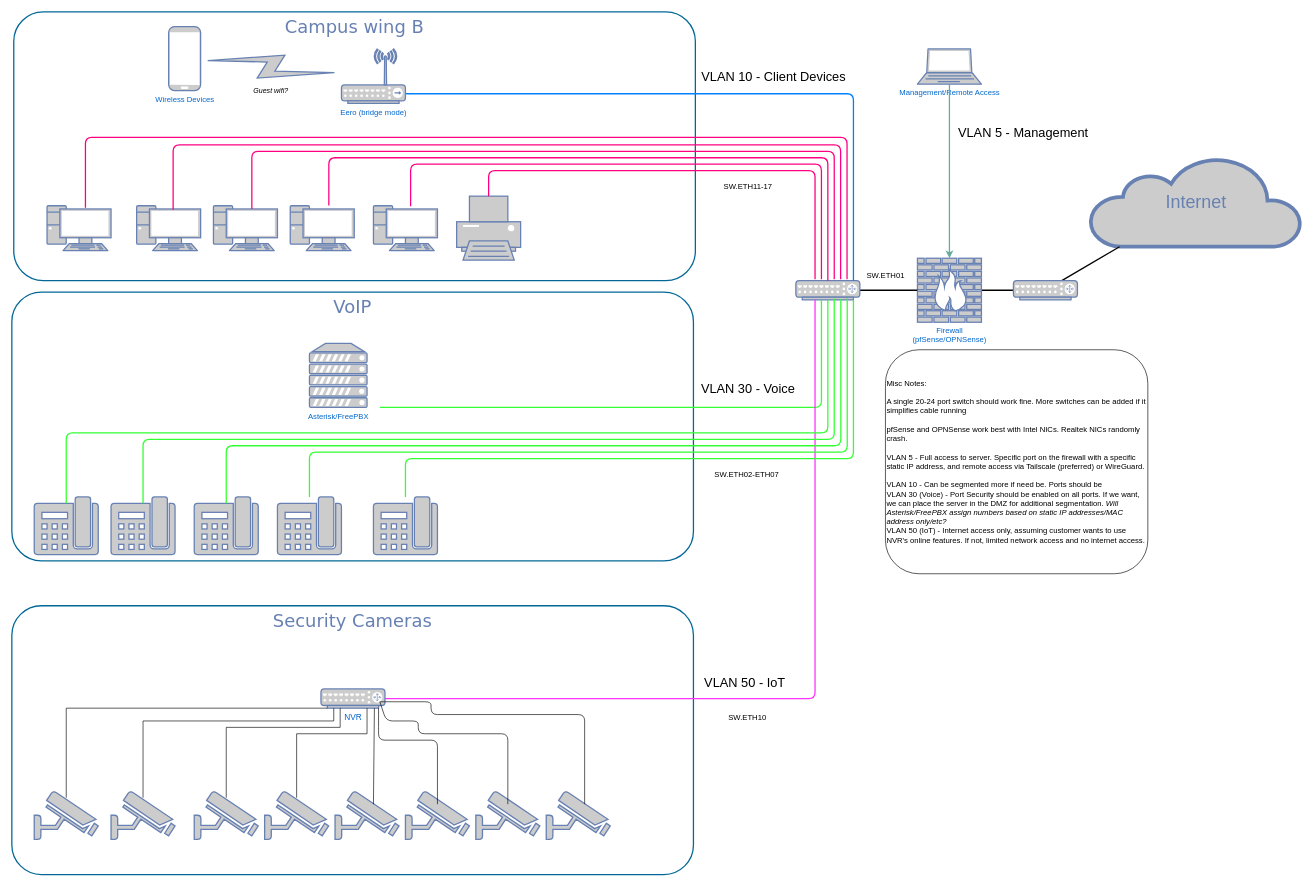
This is 2FEB23_network-diagram.drawio from lomotey1/diagrams, a draw.io file, before an edit. Source tidied: cells renumbered, new cells numbered last; positions are measured from the earlier drawing's top-left corner, leaving out a move shared by most shapes. Both pictures are drawn from the tidied source at 64%, with x=0, y=0 at pixel (12, 12).
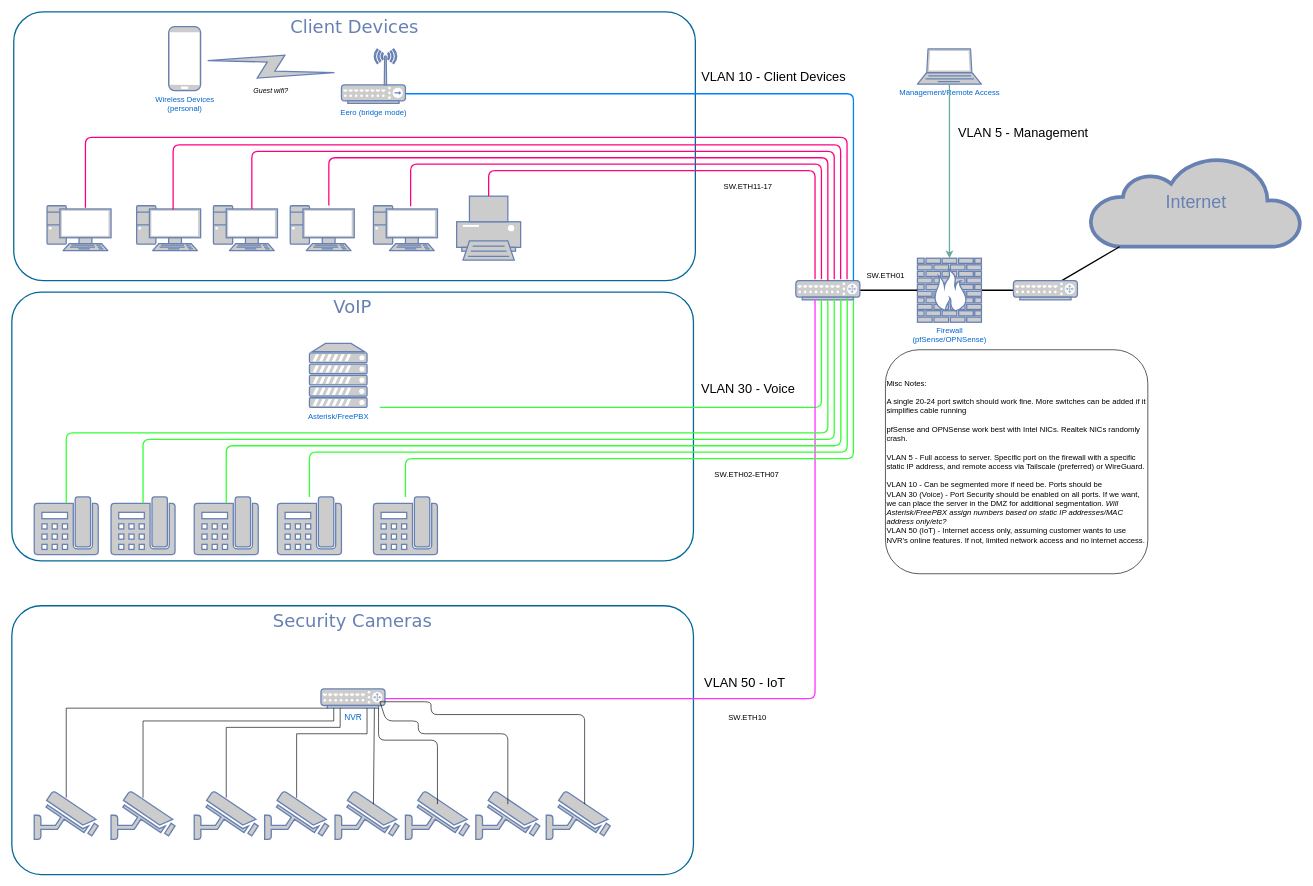
After the change.

Change to the diagram source:
```diff
@@
-    <mxCell id="4" value="Campus wing B" style="rounded=1;whiteSpace=wrap;html=1;shadow=0;comic=0;strokeColor=#036897;strokeWidth=2;fillColor=none;fontFamily=Verdana;fontSize=28;fontColor=#6881B3;align=center;arcSize=11;verticalAlign=top;" parent="1" vertex="1">
+    <mxCell id="4" value="Client Devices" style="rounded=1;whiteSpace=wrap;html=1;shadow=0;comic=0;strokeColor=#036897;strokeWidth=2;fillColor=none;fontFamily=Verdana;fontSize=28;fontColor=#6881B3;align=center;arcSize=11;verticalAlign=top;" parent="1" vertex="1">
       <mxGeometry x="3" width="1065" height="420" as="geometry" />
     </mxCell>
@@
-    <mxCell id="18" value="Wireless Devices" style="fontColor=#0066CC;verticalAlign=top;verticalLabelPosition=bottom;labelPosition=center;align=center;html=1;fillColor=#CCCCCC;strokeColor=#6881B3;gradientColor=none;gradientDirection=north;strokeWidth=2;shape=mxgraph.networks.mobile;rounded=0;shadow=0;comic=0;" parent="1" vertex="1">
+    <mxCell id="18" value="Wireless Devices&lt;br&gt;(personal)" style="fontColor=#0066CC;verticalAlign=top;verticalLabelPosition=bottom;labelPosition=center;align=center;html=1;fillColor=#CCCCCC;strokeColor=#6881B3;gradientColor=none;gradientDirection=north;strokeWidth=2;shape=mxgraph.networks.mobile;rounded=0;shadow=0;comic=0;" parent="1" vertex="1">
       <mxGeometry x="245" y="23" width="50" height="100" as="geometry" />
     </mxCell>
```
